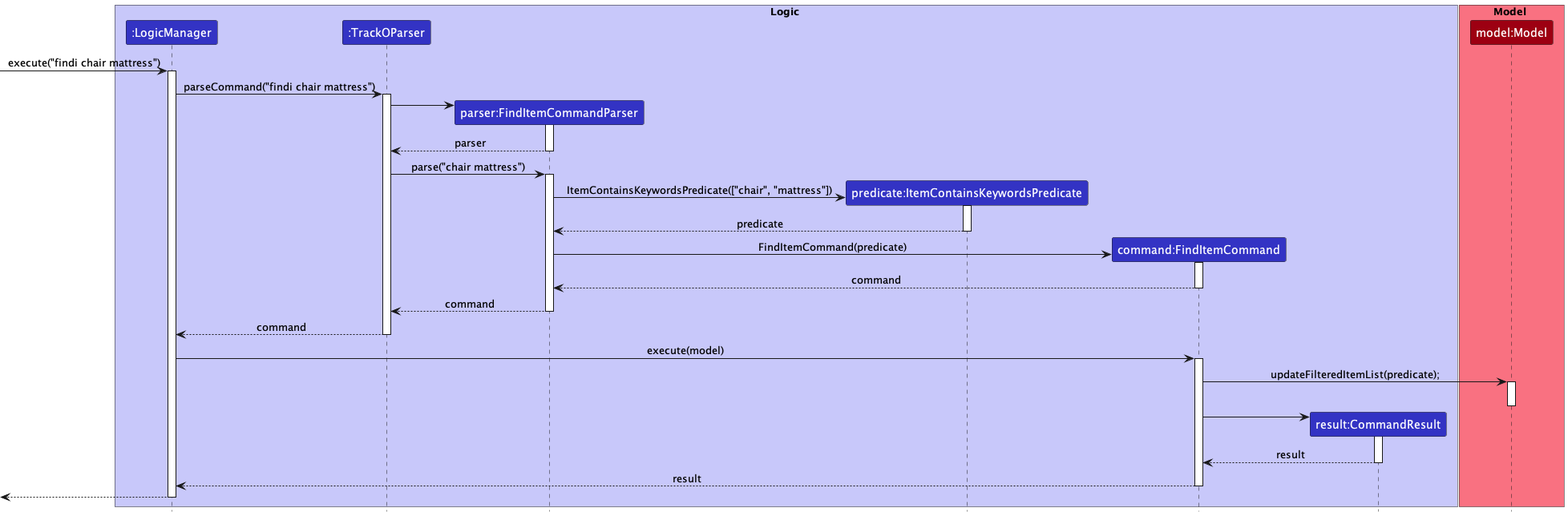
The PlantUML diagram docs/images/FindItemSequenceDiagram.png in nus-cs2103-AY2223S1/tp, before a commit. Its diagram source:
```plantuml
@startuml
!include style.puml

box Logic LOGIC_COLOR_T1
participant ":LogicManager" as LogicManager LOGIC_COLOR
participant ":TrackOParser" as TrackOParser LOGIC_COLOR
participant "parser:FindItemCommandParser" as FindItemCommandParser LOGIC_COLOR
participant "predicate:ItemContainsKeywordsPredicate" as ItemContainsKeywordsPredicate LOGIC_COLOR
participant "command:FindItemCommand" as FindItemCommand LOGIC_COLOR
participant "result:CommandResult" as CommandResult LOGIC_COLOR
end box

box Model MODEL_COLOR_T1
participant "model:Model" as Model MODEL_COLOR

end box

[-> LogicManager : execute("findi chair mattress")
activate LogicManager

LogicManager -> TrackOParser : parseCommand("findi chair mattress")
activate TrackOParser

create FindItemCommandParser
TrackOParser -> FindItemCommandParser
activate FindItemCommandParser

FindItemCommandParser --> TrackOParser : parser
deactivate FindItemCommandParser

TrackOParser -> FindItemCommandParser : parse("chair mattress")
activate FindItemCommandParser

create ItemContainsKeywordsPredicate
FindItemCommandParser -> ItemContainsKeywordsPredicate: ItemContainsKeywordsPredicate(["chair", "mattress"])
activate ItemContainsKeywordsPredicate

ItemContainsKeywordsPredicate --> FindItemCommandParser : predicate
deactivate ItemContainsKeywordsPredicate

create FindItemCommand
FindItemCommandParser -> FindItemCommand : FindItemCommand(predicate)
activate FindItemCommand

FindItemCommand --> FindItemCommandParser : command
deactivate FindItemCommand

FindItemCommandParser --> TrackOParser : command
deactivate FindItemCommandParser


TrackOParser --> LogicManager : command
deactivate TrackOParser

LogicManager -> FindItemCommand : execute(model)
activate FindItemCommand

FindItemCommand -> Model : updateFilteredItemList(predicate);
activate Model
deactivate Model

create CommandResult
FindItemCommand -> CommandResult
activate CommandResult

CommandResult --> FindItemCommand : result
deactivate CommandResult

FindItemCommand --> LogicManager : result
deactivate FindItemCommand
[<--LogicManager
deactivate LogicManager
@enduml
```
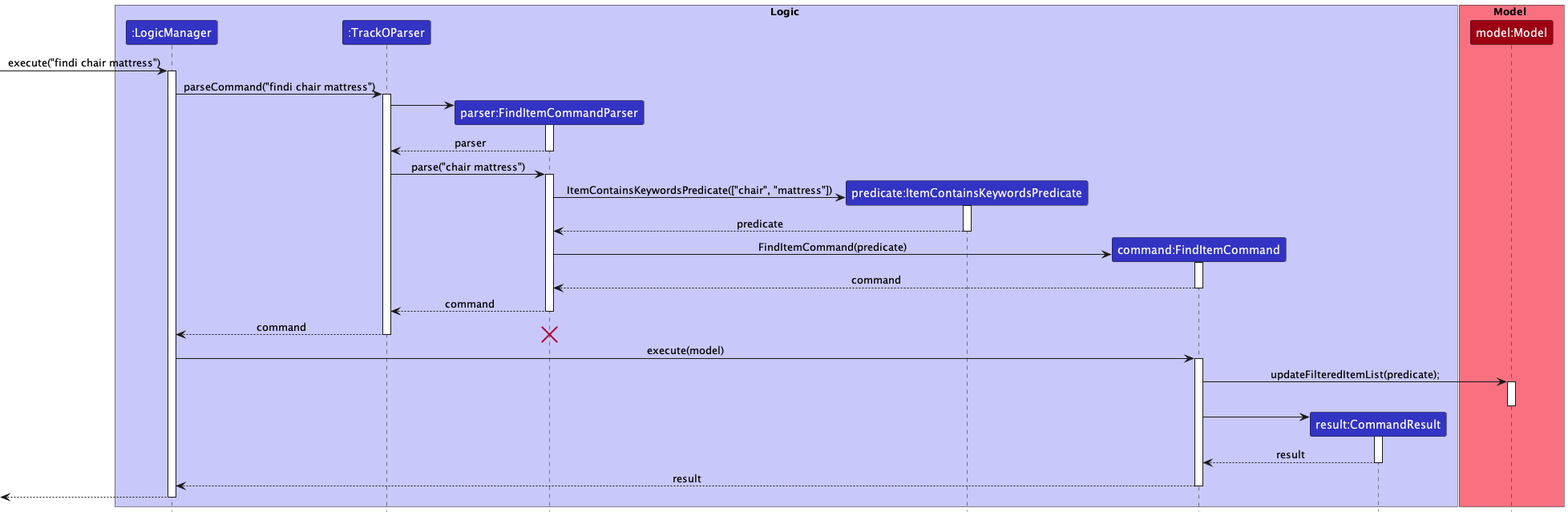
Above is the later version.

Commit message:
Add destroy mark in findi sequence diagram

The edit, as a diff of the source:
```diff
@@ -52,6 +52,8 @@
 TrackOParser --> LogicManager : command
 deactivate TrackOParser
 
+destroy FindItemCommandParser
+
 LogicManager -> FindItemCommand : execute(model)
 activate FindItemCommand
 
```
